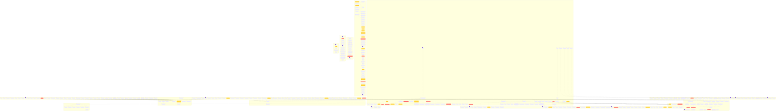
wronai/fixos keeps this Mermaid diagram as project/flow.png. Above is the earlier version. Its source is kept beside it as project/flow.mmd.
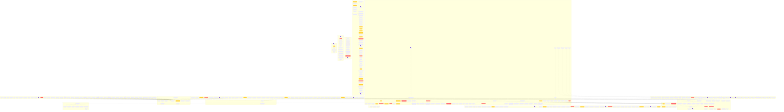
The same diagram one commit later.

Change to the diagram source:
```diff
@@ -55,18 +55,14 @@
         fixos__cli__profile_cmd__profile_show["profile_show"]
         fixos__cli__quickfix_cmd__quickfix("quickfix CC=12")
         fixos__cli__orchestrate_cmd__orchestrate("orchestrate CC=13")
+        fixos__cli__report_cmd__report{{report CC=16}}
         fixos__cli__scan_cmd__scan("scan CC=12")
         fixos__cli__scan_cmd___run_disk_analysis{{_run_disk_analysis CC=18}}
         fixos__cli__scan_cmd___print_quick_issues("_print_quick_issues CC=14")
-        fixos__cli__report_cmd__report{{report CC=16}}
         fixos__cli__rollback_cmd__rollback["rollback"]
         fixos__cli__rollback_cmd__rollback_list["rollback_list"]
         fixos__cli__rollback_cmd__rollback_show["rollback_show"]
         fixos__cli__rollback_cmd__rollback_undo["rollback_undo"]
-        fixos__cli__provider_cmd__llm_providers["llm_providers"]
-        fixos__cli__provider_cmd__providers["providers"]
-        fixos__cli__provider_cmd__test_llm("test_llm CC=9")
-        fixos__cli__history_cmd__history["history"]
         fixos__cli__ask_cmd__ask["ask"]
         fixos__cli__ask_cmd___match_heuristic_command{{_match_heuristic_command CC=18}}
         fixos__cli__ask_cmd___format_command["_format_command"]
@@ -75,6 +71,15 @@
         fixos__cli__ask_cmd___execute_with_llm("_execute_with_llm CC=8")
         fixos__cli__ask_cmd___handle_natural_command["_handle_natural_command"]
         fixos__cli__ask_cmd___validate_result_with_llm("_validate_result_with_llm CC=14")
+        fixos__cli__history_cmd__history["history"]
+        fixos__cli__cleanup_cmd__cleanup_services{{cleanup_services CC=15}}
+        fixos__cli__cleanup_cmd___display_cleanup_summary["_display_cleanup_summary"]
+        fixos__cli__cleanup_cmd___display_service_item("_display_service_item CC=11")
+        fixos__cli__cleanup_cmd___execute_safe_cleanup["_execute_safe_cleanup"]
+        fixos__cli__cleanup_cmd___display_unsafe_services["_display_unsafe_services"]
+        fixos__cli__cleanup_cmd___cleanup_single_service["_cleanup_single_service"]
+        fixos__cli__cleanup_cmd___cleanup_flatpak_detailed{{_cleanup_flatpak_detailed CC=23}}
+        fixos__cli__cleanup_cmd___parse_size_to_gb["_parse_size_to_gb"]
         fixos__cli__watch_cmd__watch["watch"]
         fixos__cli__main__cli["cli"]
         fixos__cli__main___print_welcome["_print_welcome"]
@@ -83,24 +88,19 @@
         fixos__cli__token_cmd__token_set["token_set"]
         fixos__cli__token_cmd__token_show["token_show"]
         fixos__cli__token_cmd__token_clear["token_clear"]
-        fixos__cli__cleanup_cmd__cleanup_services{{cleanup_services CC=15}}
-        fixos__cli__cleanup_cmd___display_cleanup_summary["_display_cleanup_summary"]
-        fixos__cli__cleanup_cmd___display_service_item("_display_service_item CC=11")
-        fixos__cli__cleanup_cmd___execute_safe_cleanup["_execute_safe_cleanup"]
-        fixos__cli__cleanup_cmd___display_unsafe_services["_display_unsafe_services"]
-        fixos__cli__cleanup_cmd___cleanup_single_service["_cleanup_single_service"]
-        fixos__cli__cleanup_cmd___cleanup_flatpak_detailed{{_cleanup_flatpak_detailed CC=23}}
-        fixos__cli__cleanup_cmd___parse_size_to_gb["_parse_size_to_gb"]
-        fixos__cli__config_cmd__config["config"]
-        fixos__cli__config_cmd__config_show["config_show"]
-        fixos__cli__config_cmd__config_init["config_init"]
-        fixos__cli__config_cmd__config_set["config_set"]
         fixos__cli__features_cmd__features["features"]
         fixos__cli__features_cmd__features_audit["features_audit"]
         fixos__cli__features_cmd__features_install{{features_install CC=15}}
         fixos__cli__features_cmd__features_profiles["features_profiles"]
         fixos__cli__features_cmd__features_system["features_system"]
         fixos___interactive_profile_select("_interactive_profile_select CC=11")
+        fixos__cli__config_cmd__config["config"]
+        fixos__cli__config_cmd__config_show["config_show"]
+        fixos__cli__config_cmd__config_init["config_init"]
+        fixos__cli__config_cmd__config_set["config_set"]
+        fixos__cli__provider_cmd__llm_providers["llm_providers"]
+        fixos__cli__provider_cmd__providers["providers"]
+        fixos__cli__provider_cmd__test_llm("test_llm CC=9")
         fixos__cli__fix_cmd__fix{{fix CC=18}}
         fixos__cli__fix_cmd__handle_disk_cleanup_mode("handle_disk_cleanup_mode CC=13")
         fixos__cli__fix_cmd__execute_cleanup_actions["execute_cleanup_actions"]
@@ -158,14 +158,6 @@
         fixos___package_cache["_package_cache"]
         fixos___flatpak["_flatpak"]
         fixos___parse_size_bytes["_parse_size_bytes"]
-        fixos____init__["__init__"]
-        fixos__scan_all_services["scan_all_services"]
-        fixos__scan_service["scan_service"]
-        fixos___analyze_service_path["_analyze_service_path"]
-        fixos___get_path_size_mb["_get_path_size_mb"]
-        fixos__get_cleanup_plan["get_cleanup_plan"]
-        fixos__cleanup_service["cleanup_service"]
-        fixos__diagnostics__service_scanner__main["main"]
         fixos__to_dict["to_dict"]
         fixos____init__["__init__"]
         fixos__analyze("analyze CC=9")
@@ -178,6 +170,14 @@
         fixos___find_orphaned_apps["_find_orphaned_apps"]
         fixos__get_cleanup_summary("get_cleanup_summary CC=8")
         fixos__analyze_flatpak_for_cleanup["analyze_flatpak_for_cleanup"]
+        fixos____init__["__init__"]
+        fixos__scan_all_services["scan_all_services"]
+        fixos__scan_service["scan_service"]
+        fixos___analyze_service_path["_analyze_service_path"]
+        fixos___get_path_size_mb["_get_path_size_mb"]
+        fixos__get_cleanup_plan["get_cleanup_plan"]
+        fixos__cleanup_service["cleanup_service"]
+        fixos__diagnostics__service_scanner__main["main"]
     end
     subgraph fixos_features
         fixos__get_distro_name["get_distro_name"]
@@ -256,6 +256,17 @@
         fixos__check_idempotent["check_idempotent"]
         fixos__execute_sync("execute_sync CC=11")
         fixos__execute("execute CC=9")
+        fixos____init__["__init__"]
+        fixos__load_from_diagnostics["load_from_diagnostics"]
+        fixos__load_from_dict["load_from_dict"]
+        fixos__run_sync{{run_sync CC=17}}
+        fixos__run_async["run_async"]
+        fixos___evaluate_and_rediagnose("_evaluate_and_rediagnose CC=10")
+        fixos___parse_json["_parse_json"]
+        fixos___log["_log"]
+        fixos___session_summary["_session_summary"]
+        fixos___default_confirm["_default_confirm"]
+        fixos___default_progress("_default_progress CC=8")
         fixos__orchestrator__graph__Problem__is_actionable["is_actionable"]
         fixos__orchestrator__graph__Problem__to_summary["to_summary"]
         fixos__orchestrator__graph__ProblemGraph____init__["__init__"]
@@ -267,17 +278,6 @@
         fixos__orchestrator__graph__ProblemGraph__summary["summary"]
         fixos__render_tree["render_tree"]
         fixos___recalculate_order("_recalculate_order CC=13")
-        fixos____init__["__init__"]
-        fixos__load_from_diagnostics["load_from_diagnostics"]
-        fixos__load_from_dict["load_from_dict"]
-        fixos__run_sync{{run_sync CC=17}}
-        fixos__run_async["run_async"]
-        fixos___evaluate_and_rediagnose("_evaluate_and_rediagnose CC=10")
-        fixos___parse_json["_parse_json"]
-        fixos___log["_log"]
-        fixos___session_summary["_session_summary"]
-        fixos___default_confirm["_default_confirm"]
-        fixos___default_progress("_default_progress CC=8")
         fixos__record["record"]
         fixos__get_rollback_commands["get_rollback_commands"]
         fixos__rollback_last["rollback_last"]
@@ -310,17 +310,17 @@
         fixos__plugins__base__DiagnosticPlugin__diagnose["diagnose"]
         fixos__plugins__base__DiagnosticPlugin__can_run["can_run"]
         fixos__get_metadata["get_metadata"]
-        fixos__plugins__builtin__audio__Plugin__diagnose("diagnose CC=10")
-        fixos___check_alsa["_check_alsa"]
-        fixos___check_pipewire["_check_pipewire"]
-        fixos___check_wireplumber["_check_wireplumber"]
-        fixos__plugins__builtin__audio__Plugin___check_sof["_check_sof"]
         fixos__diagnose("diagnose CC=14")
         fixos___check_cpu["_check_cpu"]
         fixos___check_ram["_check_ram"]
         fixos___check_top_processes["_check_top_processes"]
         fixos___check_zombies["_check_zombies"]
         fixos___check_swap["_check_swap"]
+        fixos__plugins__builtin__audio__Plugin__diagnose("diagnose CC=10")
+        fixos___check_alsa["_check_alsa"]
+        fixos___check_pipewire["_check_pipewire"]
+        fixos___check_wireplumber["_check_wireplumber"]
+        fixos__plugins__builtin__audio__Plugin___check_sof["_check_sof"]
         fixos__diagnose("diagnose CC=12")
         fixos___check_gpu["_check_gpu"]
         fixos___check_battery("_check_battery CC=8")
@@ -333,15 +333,15 @@
         fixos___check_open_ports["_check_open_ports"]
         fixos___check_ssh("_check_ssh CC=8")
         fixos___check_fail2ban["_check_fail2ban"]
-        fixos__plugins__builtin__disk__Plugin__diagnose("diagnose CC=12")
-        fixos___check_usage["_check_usage"]
-        fixos___check_inodes["_check_inodes"]
-        fixos___check_readonly["_check_readonly"]
         fixos__diagnose("diagnose CC=10")
         fixos___check_cache["_check_cache"]
         fixos___check_ffmpegthumbnailer["_check_ffmpegthumbnailer"]
         fixos___check_totem["_check_totem"]
         fixos___check_gstreamer["_check_gstreamer"]
+        fixos__plugins__builtin__disk__Plugin__diagnose("diagnose CC=12")
+        fixos___check_usage["_check_usage"]
+        fixos___check_inodes["_check_inodes"]
+        fixos___check_readonly["_check_readonly"]
     end
     subgraph fixos_profiles
         fixos__profiles__Profile__load["load"]
@@ -375,7 +375,6 @@
         fixos__system_checks__get_full_diagnostics["get_full_diagnostics"]
     end
     subgraph fixos_utils
-        fixos__utils__timeout__timeout_handler["timeout_handler"]
         fixos__utils__anonymizer__AnonymizationReport__add["add"]
         fixos__summary["summary"]
         fixos__utils__anonymizer___get_sensitive["_get_sensitive"]
@@ -385,6 +384,7 @@
         fixos___format_diagnostics_markdown["_format_diagnostics_markdown"]
         fixos__utils__anonymizer___dict_to_markdown{{_dict_to_markdown CC=18}}
         fixos__utils__anonymizer___format_key_title["_format_key_title"]
+        fixos__utils__timeout__timeout_handler["timeout_handler"]
         fixos__utils__web_search___http_get["_http_get"]
         fixos__utils__web_search__search_fedora_bugzilla["search_fedora_bugzilla"]
         fixos__utils__web_search__search_ask_fedora["search_ask_fedora"]
@@ -413,6 +413,7 @@
     fixos__platform_utils__elevate_cmd --> fixos__platform_utils__needs_elevation
     fixos__platform_utils__get_package_manager --> fixos__platform_utils___cmd_exists
     fixos__platform_utils__install_package_cmd --> fixos__platform_utils__get_package_manager
+    fixos__anonymizer__anonymize --> fixos__anonymizer__get_sensitive_values
     fixos__system_checks__get_fedora_specific --> fixos__system_checks__run_cmd
     fixos__system_checks__get_full_diagnostics --> fixos__system_checks__get_cpu_info
     fixos__system_checks__get_full_diagnostics --> fixos__system_checks__get_memory_info
@@ -420,7 +421,6 @@
     fixos__system_checks__get_full_diagnostics --> fixos__system_checks__get_network_info
     fixos__system_checks__get_full_diagnostics --> fixos__system_checks__get_top_processes
     fixos__system_checks__get_full_diagnostics --> fixos__system_checks__get_fedora_specific
-    fixos__anonymizer__anonymize --> fixos__anonymizer__get_sensitive_values
     fixos__llm_shell__run_llm_shell --> fixos__anonymizer__anonymize
     fixos__diagnostics__system_checks__diagnose_audio --> fixos__diagnostics__system_checks___cmd
     fixos__diagnose_thumbnails --> fixos__diagnostics__system_checks___cmd
@@ -449,6 +449,9 @@
     fixos___analyze_service_path --> fixos__get_cleanup_command
     fixos___analyze_service_path --> fixos__get_preview_command
     fixos___analyze_service_path --> fixos__is_safe_cleanup
+    fixos___handle_search --> fixos__utils__web_search__search_all
+    fixos___handle_search --> fixos__utils__web_search__format_results_for_llm
+    fixos___handle_exec --> fixos__anonymizer__anonymize
     fixos__cli__profile_cmd__profile_list --> fixos__profiles__Profile__list_available
     fixos__cli__profile_cmd__profile_list --> fixos__profiles__Profile__load
     fixos__cli__profile_cmd__profile_show --> fixos__profiles__Profile__load
@@ -458,13 +461,6 @@
     fixos__cli__rollback_cmd__rollback_list --> fixos__list_sessions
     fixos__cli__rollback_cmd__rollback_show --> fixos__load
     fixos__cli__rollback_cmd__rollback_undo --> fixos__load
-    fixos__cli__provider_cmd__llm_providers --> fixos__config__FixOsConfig__load
-    fixos__cli__provider_cmd__providers --> fixos__config__FixOsConfig__load
-    fixos__cli__provider_cmd__test_llm --> fixos__config__FixOsConfig__load
-    fixos___handle_search --> fixos__utils__web_search__search_all
-    fixos___handle_search --> fixos__utils__web_search__format_results_for_llm
-    fixos___handle_exec --> fixos__anonymizer__anonymize
-    fixos__cli__history_cmd__history --> fixos__list_sessions
     fixos__cli__ask_cmd__ask --> fixos__cli__ask_cmd___handle_natural_command
     fixos__cli__ask_cmd___execute_heuristic_command --> fixos__cli__ask_cmd___build_output_dict
     fixos__cli__ask_cmd___execute_heuristic_command --> fixos__cli__ask_cmd___validate_result_with_llm
@@ -475,16 +471,16 @@
     fixos__cli__ask_cmd___handle_natural_command --> fixos__cli__ask_cmd___execute_with_llm
     fixos__cli__ask_cmd___handle_natural_command --> fixos__cli__ask_cmd___format_command
     fixos__cli__ask_cmd___handle_natural_command --> fixos__cli__ask_cmd___execute_heuristic_command
+    fixos__cli__history_cmd__history --> fixos__list_sessions
+    fixos__cli__cleanup_cmd__cleanup_services --> fixos__cli__cleanup_cmd___display_cleanup_summary
+    fixos__cli__cleanup_cmd__cleanup_services --> fixos__cli__cleanup_cmd___cleanup_single_service
+    fixos__cli__cleanup_cmd__cleanup_services --> fixos__cli__cleanup_cmd___display_service_item
     fixos__cli__main__cli --> fixos__cli__main___print_welcome
     fixos__cli__main___print_welcome --> fixos__config__FixOsConfig__load
     fixos__cli__main__main --> fixos__cli__main__cli
     fixos__cli__token_cmd__token_set --> fixos__config__detect_provider_from_key
     fixos__cli__token_cmd__token_set --> fixos__config__FixOsConfig__load
     fixos__cli__token_cmd__token_show --> fixos__config__FixOsConfig__load
-    fixos__cli__cleanup_cmd__cleanup_services --> fixos__cli__cleanup_cmd___display_cleanup_summary
-    fixos__cli__cleanup_cmd__cleanup_services --> fixos__cli__cleanup_cmd___cleanup_single_service
-    fixos__cli__cleanup_cmd__cleanup_services --> fixos__cli__cleanup_cmd___display_service_item
-    fixos__cli__config_cmd__config_show --> fixos__config__FixOsConfig__load
     fixos__cli__features_cmd__features_audit --> fixos__features__catalog__PackageCatalog__load
     fixos__cli__features_cmd__features_audit --> fixos___interactive_profile_select
     fixos__cli__features_cmd__features_audit --> fixos__features__profiles__UserProfile__load
@@ -495,6 +491,10 @@
     fixos__cli__features_cmd__features_system --> fixos__render_system_info
     fixos___interactive_profile_select --> fixos__list_available
     fixos___interactive_profile_select --> fixos__features__profiles__UserProfile__load
+    fixos__cli__config_cmd__config_show --> fixos__config__FixOsConfig__load
+    fixos__cli__provider_cmd__llm_providers --> fixos__config__FixOsConfig__load
+    fixos__cli__provider_cmd__providers --> fixos__config__FixOsConfig__load
+    fixos__cli__provider_cmd__test_llm --> fixos__config__FixOsConfig__load
     fixos__cli__fix_cmd__fix --> fixos__config__FixOsConfig__load
     fixos__cli__fix_cmd__fix --> fixos__config__interactive_provider_setup
     fixos__cli__fix_cmd__execute_cleanup_actions --> fixos__cli__fix_cmd__try_llm_fallback_for_failures
@@ -520,13 +520,13 @@
     fixos___default_confirm --> fixos__utils__terminal__print_cmd_block
     fixos___default_progress --> fixos__utils__terminal__print_stdout_box
     fixos___default_progress --> fixos__utils__terminal__print_stderr_box
+    fixos___check_cpu --> fixos__platform_utils__run_command
+    fixos___check_top_processes --> fixos__platform_utils__run_command
+    fixos___check_zombies --> fixos__platform_utils__run_command
     fixos___check_alsa --> fixos__platform_utils__run_command
     fixos___check_pipewire --> fixos__platform_utils__run_command
     fixos___check_wireplumber --> fixos__platform_utils__run_command
     fixos__plugins__builtin__audio__Plugin___check_sof --> fixos__platform_utils__run_command
-    fixos___check_cpu --> fixos__platform_utils__run_command
-    fixos___check_top_processes --> fixos__platform_utils__run_command
-    fixos___check_zombies --> fixos__platform_utils__run_command
     fixos___check_gpu --> fixos__platform_utils__run_command
     fixos___check_battery --> fixos__platform_utils__run_command
     fixos___check_touchpad --> fixos__platform_utils__run_command
@@ -537,15 +537,15 @@
     fixos___check_open_ports --> fixos__platform_utils__run_command
     fixos___check_ssh --> fixos__platform_utils__run_command
     fixos___check_fail2ban --> fixos__platform_utils__run_command
-    fixos___check_usage --> fixos__platform_utils__run_command
-    fixos___check_inodes --> fixos__platform_utils__run_command
-    fixos___check_readonly --> fixos__platform_utils__run_command
     fixos___check_cache --> fixos__platform_utils__run_command
     fixos___check_ffmpegthumbnailer --> fixos__platform_utils__run_command
     fixos___check_totem --> fixos__platform_utils__run_command
     fixos___check_gstreamer --> fixos__platform_utils__run_command
+    fixos___check_usage --> fixos__platform_utils__run_command
+    fixos___check_inodes --> fixos__platform_utils__run_command
+    fixos___check_readonly --> fixos__platform_utils__run_command
 
     classDef highCC fill:#ff6b6b,stroke:#c92a2a,color:#fff
     classDef medCC fill:#ffd43b,stroke:#f08c00,color:#000
-    class fixos__llm_shell__run_llm_shell,fixos___identify_cache_type,fixos___docker,fixos__config__interactive_provider_setup,fixos___process_turn,fixos___find_leftover_data,fixos__features__SystemDetector___detect_de,fixos___install_package,fixos__cli__scan_cmd___run_disk_analysis,fixos__cli__report_cmd__report,fixos__cli__ask_cmd___match_heuristic_command,fixos__cli__cleanup_cmd__cleanup_services,fixos__cli__cleanup_cmd___cleanup_flatpak_detailed,fixos__cli__features_cmd__features_install,fixos__providers__llm__LLMClient__chat,fixos__cli__fix_cmd__fix,fixos__utils__anonymizer__anonymize,fixos__utils__anonymizer___dict_to_markdown,fixos__utils__terminal__render_md,fixos__run_sync,fixos___generate_recommendations,fixos__diagnose highCC
-    class fixos__watch__WatchDaemon__run,fixos__platform_utils__get_package_manager,fixos__llm_shell__execute_command,fixos__diagnostics__system_checks__diagnose_system,fixos__diagnose_resources,fixos__get_cache_dirs,fixos__get_log_dirs,fixos__get_temp_dirs,fixos__suggest_cleanup_actions,fixos___categorize_file,fixos__get_cleanup_plan,fixos__config___load_env_files,fixos__config__FixOsConfig__load,fixos___extract_fixes,fixos___print_cmd_result,fixos__analyze,fixos___find_unused_runtimes,fixos__get_cleanup_summary,fixos__render_audit,fixos__resolve_packages,fixos___detect_gpu_vendor,fixos__get_rollback_commands,fixos__cli__quickfix_cmd__quickfix,fixos___is_installed,fixos__cli__orchestrate_cmd__orchestrate,fixos__cli__scan_cmd__scan,fixos__cli__scan_cmd___print_quick_issues,fixos__cli__provider_cmd__test_llm,fixos___process_turn,fixos__cli__ask_cmd___build_output_dict medCC
+    class fixos__llm_shell__run_llm_shell,fixos___identify_cache_type,fixos___docker,fixos__config__interactive_provider_setup,fixos___find_leftover_data,fixos___process_turn,fixos__features__SystemDetector___detect_de,fixos___install_package,fixos__cli__report_cmd__report,fixos__cli__scan_cmd___run_disk_analysis,fixos__cli__ask_cmd___match_heuristic_command,fixos__cli__cleanup_cmd__cleanup_services,fixos__cli__cleanup_cmd___cleanup_flatpak_detailed,fixos__cli__features_cmd__features_install,fixos__cli__fix_cmd__fix,fixos__providers__llm__LLMClient__chat,fixos__utils__anonymizer__anonymize,fixos__utils__anonymizer___dict_to_markdown,fixos__utils__terminal__render_md,fixos__run_sync,fixos___generate_recommendations,fixos__diagnose highCC
+    class fixos__watch__WatchDaemon__run,fixos__platform_utils__get_package_manager,fixos__llm_shell__execute_command,fixos__diagnostics__system_checks__diagnose_system,fixos__diagnose_resources,fixos__get_cache_dirs,fixos__get_log_dirs,fixos__get_temp_dirs,fixos__suggest_cleanup_actions,fixos___categorize_file,fixos__get_cleanup_plan,fixos__config___load_env_files,fixos__config__FixOsConfig__load,fixos__analyze,fixos___find_unused_runtimes,fixos__get_cleanup_summary,fixos___extract_fixes,fixos___print_cmd_result,fixos__render_audit,fixos___process_turn,fixos__resolve_packages,fixos___detect_gpu_vendor,fixos__get_rollback_commands,fixos__cli__quickfix_cmd__quickfix,fixos__cli__orchestrate_cmd__orchestrate,fixos__cli__scan_cmd__scan,fixos__cli__scan_cmd___print_quick_issues,fixos___is_installed,fixos__cli__ask_cmd___build_output_dict,fixos__cli__ask_cmd___execute_heuristic_command medCC
```
